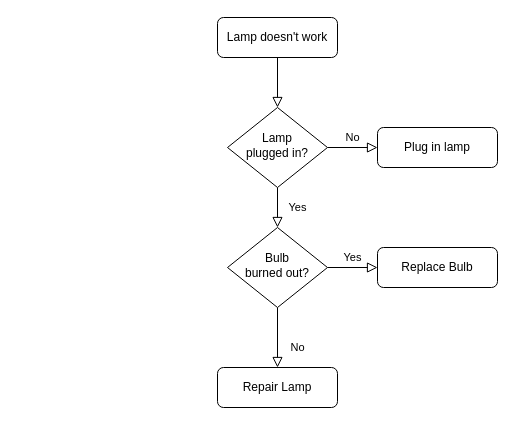
The draw.io diagram Untitled Diagram.drawio in bhanushek/bhanushek.github.io, before the edit. Source tidied: cells renumbered, new cells numbered last; positions are measured from the earlier drawing's top-left corner, leaving out a move shared by most shapes. Both pictures are drawn from the tidied source at 100%, with x=0, y=0 at pixel (217, 17).
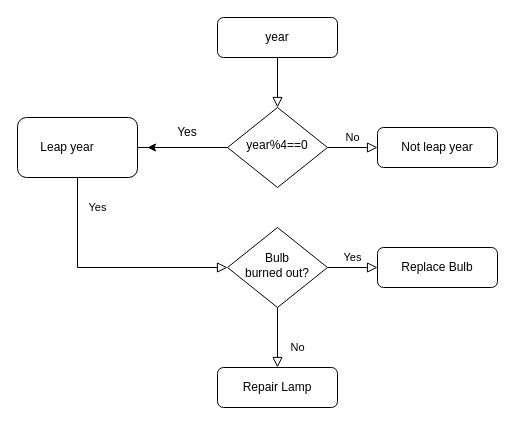
After the change.

The edit, as a diff of the source:
```diff
@@
 <mxGraphModel>
   <root>
     <mxCell id="0" />
     <mxCell id="1" parent="0" />
     <mxCell id="2" style="rounded=0;html=1;jettySize=auto;fontSize=11;endArrow=block;endFill=0;endSize=8;strokeWidth=1;shadow=0;labelBackgroundColor=none;edgeStyle=orthogonalEdgeStyle;" parent="1" edge="1" source="3" target="6">
       <mxGeometry relative="1" as="geometry" />
     </mxCell>
-    <mxCell id="3" value="Lamp doesn't work" style="rounded=1;whiteSpace=wrap;html=1;fontSize=12;glass=0;strokeWidth=1;shadow=0;" parent="1" vertex="1">
+    <mxCell id="3" value="year" style="rounded=1;whiteSpace=wrap;html=1;fontSize=12;glass=0;strokeWidth=1;shadow=0;" parent="1" vertex="1">
       <mxGeometry width="120" height="40" as="geometry" />
     </mxCell>
     <mxCell id="4" value="Yes" style="rounded=0;html=1;jettySize=auto;fontSize=11;endArrow=block;endFill=0;endSize=8;strokeWidth=1;shadow=0;labelBackgroundColor=none;edgeStyle=orthogonalEdgeStyle;" parent="1" edge="1" source="6" target="10">
-      <mxGeometry y="20" relative="1" as="geometry" />
+      <mxGeometry y="20" relative="1" as="geometry">
+        <Array as="points">
+          <mxPoint x="-140" y="130" />
+          <mxPoint x="-140" y="250" />
+        </Array>
+      </mxGeometry>
     </mxCell>
     <mxCell id="5" value="No" style="edgeStyle=orthogonalEdgeStyle;rounded=0;html=1;jettySize=auto;fontSize=11;endArrow=block;endFill=0;endSize=8;strokeWidth=1;shadow=0;labelBackgroundColor=none;" parent="1" edge="1" source="6" target="7">
       <mxGeometry y="10" relative="1" as="geometry" />
     </mxCell>
+    <mxCell id="13" style="edgeStyle=orthogonalEdgeStyle;rounded=0;jettySize=auto;html=1;exitX=0;exitY=0.5;exitDx=0;exitDy=0;" parent="1" edge="1" source="6">
+      <mxGeometry relative="1" as="geometry">
+        <mxPoint x="-70" y="130" as="targetPoint" />
+      </mxGeometry>
+    </mxCell>
-    <mxCell id="6" value="Lamp&lt;br&gt;plugged in?" style="rhombus;whiteSpace=wrap;html=1;shadow=0;fontFamily=Helvetica;fontSize=12;align=center;strokeWidth=1;spacing=6;spacingTop=-4;" parent="1" vertex="1">
+    <mxCell id="6" value="year%4==0&lt;br&gt;" style="rhombus;whiteSpace=wrap;html=1;shadow=0;fontFamily=Helvetica;fontSize=12;align=center;strokeWidth=1;spacing=6;spacingTop=-4;" parent="1" vertex="1">
       <mxGeometry x="10" y="90" width="100" height="80" as="geometry" />
     </mxCell>
-    <mxCell id="7" value="Plug in lamp" style="rounded=1;whiteSpace=wrap;html=1;fontSize=12;glass=0;strokeWidth=1;shadow=0;" parent="1" vertex="1">
+    <mxCell id="7" value="Not leap year" style="rounded=1;whiteSpace=wrap;html=1;fontSize=12;glass=0;strokeWidth=1;shadow=0;" parent="1" vertex="1">
       <mxGeometry x="160" y="110" width="120" height="40" as="geometry" />
     </mxCell>
     <mxCell id="8" value="No" style="rounded=0;html=1;jettySize=auto;fontSize=11;endArrow=block;endFill=0;endSize=8;strokeWidth=1;shadow=0;labelBackgroundColor=none;edgeStyle=orthogonalEdgeStyle;" parent="1" edge="1" source="10" target="11">
       <mxGeometry x="0.33" y="20" relative="1" as="geometry" />
     </mxCell>
     <mxCell id="9" value="Yes" style="edgeStyle=orthogonalEdgeStyle;rounded=0;html=1;jettySize=auto;fontSize=11;endArrow=block;endFill=0;endSize=8;strokeWidth=1;shadow=0;labelBackgroundColor=none;" parent="1" edge="1" source="10" target="12">
       <mxGeometry y="10" relative="1" as="geometry" />
     </mxCell>
     <mxCell id="10" value="Bulb&lt;br&gt;burned out?" style="rhombus;whiteSpace=wrap;html=1;shadow=0;fontFamily=Helvetica;fontSize=12;align=center;strokeWidth=1;spacing=6;spacingTop=-4;" parent="1" vertex="1">
       <mxGeometry x="10" y="210" width="100" height="80" as="geometry" />
     </mxCell>
     <mxCell id="11" value="Repair Lamp" style="rounded=1;whiteSpace=wrap;html=1;fontSize=12;glass=0;strokeWidth=1;shadow=0;" parent="1" vertex="1">
       <mxGeometry y="350" width="120" height="40" as="geometry" />
     </mxCell>
     <mxCell id="12" value="Replace Bulb" style="rounded=1;whiteSpace=wrap;html=1;fontSize=12;glass=0;strokeWidth=1;shadow=0;" parent="1" vertex="1">
       <mxGeometry x="160" y="230" width="120" height="40" as="geometry" />
     </mxCell>
+    <mxCell id="14" value="Yes" style="text;html=1;strokeColor=none;fillColor=none;align=center;verticalAlign=middle;whiteSpace=wrap;rounded=0;" parent="1" vertex="1">
+      <mxGeometry x="-60" y="100" width="60" height="30" as="geometry" />
+    </mxCell>
+    <mxCell id="15" style="rounded=1;whiteSpace=wrap;html=1;" parent="1" vertex="1">
+      <mxGeometry x="-200" y="100" width="120" height="60" as="geometry" />
+    </mxCell>
+    <mxCell id="16" value="Leap year" style="text;html=1;strokeColor=none;fillColor=none;align=center;verticalAlign=middle;whiteSpace=wrap;rounded=0;" parent="1" vertex="1">
+      <mxGeometry x="-180" y="115" width="60" height="30" as="geometry" />
+    </mxCell>
   </root>
 </mxGraphModel>
```
